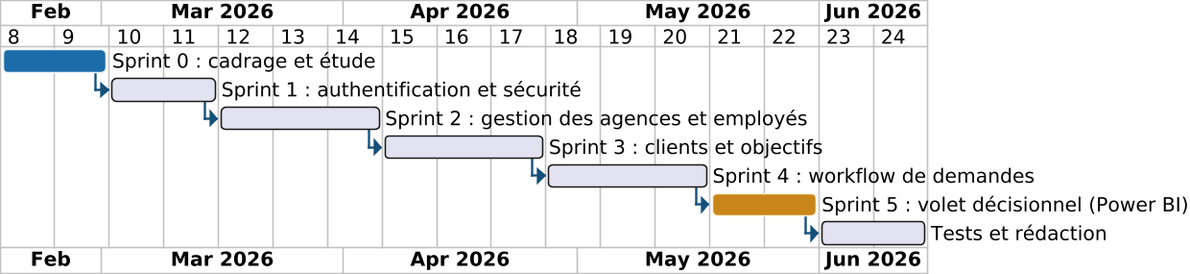
The PlantUML diagram rapport-latex/diagrams/gantt.png in ZizouX0/oussema_korbosli, before a commit.
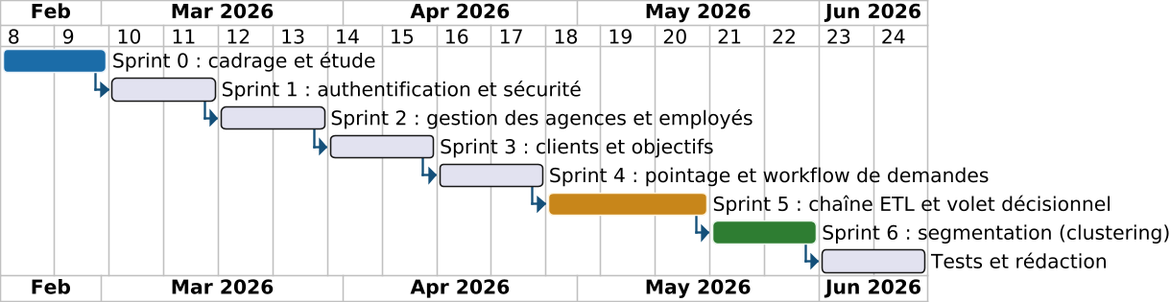
After the commit.

Diff of the diagram source:
```diff
@@ -13,15 +13,18 @@
 [S0] is colored in #1B6CA8/#EAF3FA
 [Sprint 1 : authentification et sécurité] as [S1] lasts 2 weeks
 [S1] starts at [S0]'s end
-[Sprint 2 : gestion des agences et employés] as [S2] lasts 3 weeks
+[Sprint 2 : gestion des agences et employés] as [S2] lasts 2 weeks
 [S2] starts at [S1]'s end
-[Sprint 3 : clients et objectifs] as [S3] lasts 3 weeks
+[Sprint 3 : clients et objectifs] as [S3] lasts 2 weeks
 [S3] starts at [S2]'s end
-[Sprint 4 : workflow de demandes] as [S4] lasts 3 weeks
+[Sprint 4 : pointage et workflow de demandes] as [S4] lasts 2 weeks
 [S4] starts at [S3]'s end
-[Sprint 5 : volet décisionnel (Power BI)] as [S5] lasts 2 weeks
+[Sprint 5 : chaîne ETL et volet décisionnel] as [S5] lasts 3 weeks
 [S5] starts at [S4]'s end
 [S5] is colored in #C8861A/#FFF3DC
-[Tests et rédaction] as [S6] lasts 2 weeks
+[Sprint 6 : segmentation (clustering)] as [S6] lasts 2 weeks
 [S6] starts at [S5]'s end
+[S6] is colored in #2E7D32/#E8F5E9
+[Tests et rédaction] as [S7] lasts 2 weeks
+[S7] starts at [S6]'s end
 @endgantt
```
